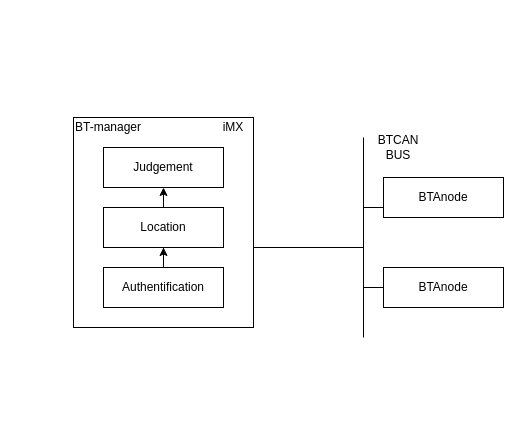
Earlier version of the draw.io diagram BT-manager.drawio (YukioZzz/Notebook). Source tidied: cells renumbered, new cells numbered last; positions are measured from the earlier drawing's top-left corner, leaving out a move shared by most shapes. Both pictures are drawn from the tidied source at 100%, with x=0, y=0 at pixel (73, 117).
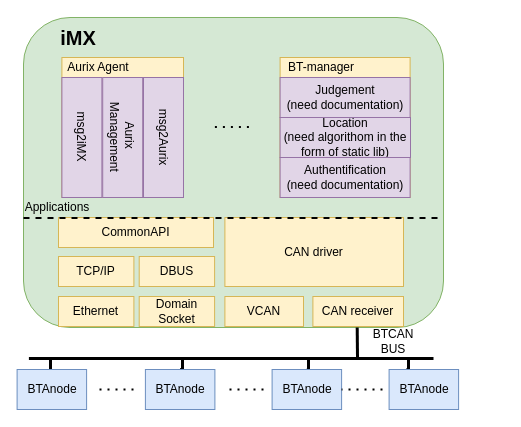
The same diagram, later.

Change to the diagram source:
```diff
@@
+    <mxCell id="17" style="rounded=1;whiteSpace=wrap;html=1;fillColor=#d5e8d4;strokeColor=#82b366;" parent="1" vertex="1">
+      <mxGeometry x="-50" y="-100" width="420" height="310" as="geometry" />
+    </mxCell>
-    <mxCell id="2" style="rounded=0;whiteSpace=wrap;html=1;" parent="1" vertex="1">
-      <mxGeometry width="180" height="210" as="geometry" />
+    <mxCell id="2" style="rounded=0;whiteSpace=wrap;html=1;fillColor=#fff2cc;strokeColor=#d6b656;" parent="1" vertex="1">
+      <mxGeometry x="206.6" y="-60" width="130" height="140" as="geometry" />
     </mxCell>
-    <mxCell id="3" style="edgeStyle=orthogonalEdgeStyle;rounded=0;jettySize=auto;html=1;exitX=0.5;exitY=0;exitDx=0;exitDy=0;entryX=0.5;entryY=1;entryDx=0;entryDy=0;" parent="1" edge="1" source="4" target="15">
-      <mxGeometry relative="1" as="geometry" />
-    </mxCell>
-    <mxCell id="4" value="Location" style="rounded=0;whiteSpace=wrap;html=1;" parent="1" vertex="1">
-      <mxGeometry x="30" y="90" width="120" height="40" as="geometry" />
+    <mxCell id="4" value="Location&lt;br&gt;(need algorithom in the form of static lib)" style="rounded=0;whiteSpace=wrap;html=1;fillColor=#e1d5e7;strokeColor=#9673a6;" parent="1" vertex="1">
+      <mxGeometry x="206.6" width="130.4" height="40" as="geometry" />
     </mxCell>
-    <mxCell id="5" style="edgeStyle=orthogonalEdgeStyle;rounded=0;jettySize=auto;html=1;exitX=0.5;exitY=0;exitDx=0;exitDy=0;" parent="1" edge="1" source="6" target="4">
-      <mxGeometry relative="1" as="geometry" />
-    </mxCell>
-    <mxCell id="6" value="Authentification" style="rounded=0;whiteSpace=wrap;html=1;" parent="1" vertex="1">
-      <mxGeometry x="30" y="150" width="120" height="40" as="geometry" />
+    <mxCell id="6" value="Authentification&lt;br&gt;(need documentation)" style="rounded=0;whiteSpace=wrap;html=1;fillColor=#e1d5e7;strokeColor=#9673a6;" parent="1" vertex="1">
+      <mxGeometry x="206.6" y="40" width="130" height="40" as="geometry" />
     </mxCell>
+    <mxCell id="18" style="edgeStyle=orthogonalEdgeStyle;rounded=0;jettySize=auto;html=1;exitX=0.5;exitY=0;exitDx=0;exitDy=0;endArrow=none;endFill=0;strokeWidth=3;" parent="1" edge="1" source="7">
+      <mxGeometry relative="1" as="geometry">
+        <mxPoint x="-23" y="242" as="targetPoint" />
+      </mxGeometry>
+    </mxCell>
-    <mxCell id="7" value="BTAnode" style="rounded=0;whiteSpace=wrap;html=1;" parent="1" vertex="1">
-      <mxGeometry x="310" y="60" width="120" height="40" as="geometry" />
+    <mxCell id="7" value="BTAnode" style="rounded=0;whiteSpace=wrap;html=1;fillColor=#dae8fc;strokeColor=#6c8ebf;" parent="1" vertex="1">
+      <mxGeometry x="-56.4" y="252" width="69.5" height="40" as="geometry" />
     </mxCell>
-    <mxCell id="8" value="BTAnode" style="rounded=0;whiteSpace=wrap;html=1;" parent="1" vertex="1">
-      <mxGeometry x="310" y="150" width="120" height="40" as="geometry" />
-    </mxCell>
-    <mxCell id="9" style="endArrow=none;html=1;" parent="1" edge="1">
+    <mxCell id="9" style="endArrow=none;html=1;strokeWidth=3;" parent="1" edge="1">
       <mxGeometry relative="1" as="geometry">
-        <mxPoint x="290" y="220" as="sourcePoint" />
-        <mxPoint x="290" y="20" as="targetPoint" />
+        <mxPoint x="284" y="240" as="sourcePoint" />
+        <mxPoint x="283.7" y="210" as="targetPoint" />
       </mxGeometry>
     </mxCell>
-    <mxCell id="10" style="endArrow=none;html=1;" parent="1" edge="1">
-      <mxGeometry relative="1" as="geometry">
-        <mxPoint x="290" y="170" as="sourcePoint" />
-        <mxPoint x="310" y="170" as="targetPoint" />
-      </mxGeometry>
-    </mxCell>
-    <mxCell id="11" style="endArrow=none;html=1;entryX=0;entryY=0.75;entryDx=0;entryDy=0;" parent="1" edge="1" target="7">
+    <mxCell id="11" style="endArrow=none;html=1;strokeWidth=3;" parent="1" edge="1">
       <mxGeometry relative="1" as="geometry">
-        <mxPoint x="290" y="90" as="sourcePoint" />
+        <mxPoint x="-44.6" y="241" as="sourcePoint" />
+        <mxPoint x="360" y="241" as="targetPoint" />
       </mxGeometry>
     </mxCell>
     <mxCell id="12" value="BTCAN BUS" style="text;html=1;strokeColor=none;fillColor=none;align=center;verticalAlign=middle;whiteSpace=wrap;rounded=0;" parent="1" vertex="1">
-      <mxGeometry x="300" y="20" width="50" height="20" as="geometry" />
+      <mxGeometry x="295.4" y="214" width="50" height="20" as="geometry" />
     </mxCell>
-    <mxCell id="13" style="endArrow=none;html=1;" parent="1" edge="1">
-      <mxGeometry relative="1" as="geometry">
-        <mxPoint x="180" y="130" as="sourcePoint" />
-        <mxPoint x="290" y="130" as="targetPoint" />
-      </mxGeometry>
-    </mxCell>
-    <mxCell id="14" value="iMX" style="text;html=1;strokeColor=none;fillColor=none;align=center;verticalAlign=middle;whiteSpace=wrap;rounded=0;" parent="1" vertex="1">
-      <mxGeometry x="140" width="40" height="20" as="geometry" />
+    <mxCell id="14" value="&lt;b style=&quot;font-size: 20px&quot;&gt;&lt;font style=&quot;font-size: 20px&quot;&gt;iMX&lt;/font&gt;&lt;/b&gt;" style="text;html=1;strokeColor=none;fillColor=none;align=center;verticalAlign=middle;whiteSpace=wrap;rounded=0;" parent="1" vertex="1">
+      <mxGeometry x="-15" y="-90" width="40" height="20" as="geometry" />
     </mxCell>
-    <mxCell id="15" value="Judgement" style="rounded=0;whiteSpace=wrap;html=1;" parent="1" vertex="1">
-      <mxGeometry x="30" y="30" width="120" height="40" as="geometry" />
+    <mxCell id="15" value="Judgement&lt;br&gt;(need documentation)" style="rounded=0;whiteSpace=wrap;html=1;fillColor=#e1d5e7;strokeColor=#9673a6;" parent="1" vertex="1">
+      <mxGeometry x="206.6" y="-40" width="130" height="40" as="geometry" />
     </mxCell>
     <mxCell id="16" value="BT-manager" style="text;html=1;strokeColor=none;fillColor=none;align=center;verticalAlign=middle;whiteSpace=wrap;rounded=0;" parent="1" vertex="1">
-      <mxGeometry width="70" height="20" as="geometry" />
+      <mxGeometry x="213.4" y="-60" width="70" height="20" as="geometry" />
     </mxCell>
+    <mxCell id="19" style="endArrow=none;dashed=1;html=1;dashPattern=1 3;strokeWidth=2;" parent="1" edge="1">
+      <mxGeometry relative="1" as="geometry">
+        <mxPoint x="60" y="272" as="sourcePoint" />
+        <mxPoint x="20" y="272" as="targetPoint" />
+      </mxGeometry>
+    </mxCell>
+    <mxCell id="20" value="CAN receiver" style="rounded=0;whiteSpace=wrap;html=1;fillColor=#fff2cc;strokeColor=#d6b656;" parent="1" vertex="1">
+      <mxGeometry x="239.4" y="179" width="90.6" height="30" as="geometry" />
+    </mxCell>
+    <mxCell id="21" value="VCAN" style="rounded=0;whiteSpace=wrap;html=1;fillColor=#fff2cc;strokeColor=#d6b656;" parent="1" vertex="1">
+      <mxGeometry x="151.4" y="179" width="78.6" height="30" as="geometry" />
+    </mxCell>
+    <mxCell id="22" style="rounded=0;whiteSpace=wrap;html=1;fillColor=#fff2cc;strokeColor=#d6b656;" parent="1" vertex="1">
+      <mxGeometry x="-11.6" y="-60" width="121.6" height="140" as="geometry" />
+    </mxCell>
+    <mxCell id="23" value="CAN driver" style="rounded=0;whiteSpace=wrap;html=1;fillColor=#fff2cc;strokeColor=#d6b656;" parent="1" vertex="1">
+      <mxGeometry x="151.4" y="100" width="178.6" height="69" as="geometry" />
+    </mxCell>
+    <mxCell id="24" value="DBUS" style="rounded=0;whiteSpace=wrap;html=1;fillColor=#fff2cc;strokeColor=#d6b656;" parent="1" vertex="1">
+      <mxGeometry x="65.7" y="139" width="75.4" height="30" as="geometry" />
+    </mxCell>
+    <mxCell id="25" value="TCP/IP" style="rounded=0;whiteSpace=wrap;html=1;fillColor=#fff2cc;strokeColor=#d6b656;" parent="1" vertex="1">
+      <mxGeometry x="-15" y="139" width="75.4" height="30" as="geometry" />
+    </mxCell>
+    <mxCell id="26" value="Ethernet" style="rounded=0;whiteSpace=wrap;html=1;fillColor=#fff2cc;strokeColor=#d6b656;" parent="1" vertex="1">
+      <mxGeometry x="-15" y="179" width="75.4" height="30" as="geometry" />
+    </mxCell>
+    <mxCell id="27" value="Domain Socket" style="rounded=0;whiteSpace=wrap;html=1;fillColor=#fff2cc;strokeColor=#d6b656;" parent="1" vertex="1">
+      <mxGeometry x="65.7" y="179" width="75.4" height="30" as="geometry" />
+    </mxCell>
+    <mxCell id="28" value="CommonAPI" style="rounded=0;whiteSpace=wrap;html=1;fillColor=#fff2cc;strokeColor=#d6b656;" parent="1" vertex="1">
+      <mxGeometry x="-15" y="100" width="155" height="30" as="geometry" />
+    </mxCell>
+    <mxCell id="29" style="edgeStyle=orthogonalEdgeStyle;rounded=0;jettySize=auto;html=1;exitX=0.5;exitY=0;exitDx=0;exitDy=0;endArrow=none;endFill=0;strokeWidth=3;" parent="1" edge="1" source="30">
+      <mxGeometry relative="1" as="geometry">
+        <mxPoint x="109" y="242" as="targetPoint" />
+      </mxGeometry>
+    </mxCell>
+    <mxCell id="30" value="BTAnode" style="rounded=0;whiteSpace=wrap;html=1;fillColor=#dae8fc;strokeColor=#6c8ebf;" parent="1" vertex="1">
+      <mxGeometry x="71.9" y="252" width="69.5" height="40" as="geometry" />
+    </mxCell>
+    <mxCell id="31" style="edgeStyle=orthogonalEdgeStyle;rounded=0;jettySize=auto;html=1;exitX=0.5;exitY=0;exitDx=0;exitDy=0;strokeWidth=3;endArrow=none;endFill=0;" parent="1" edge="1" source="32">
+      <mxGeometry relative="1" as="geometry">
+        <mxPoint x="235" y="242" as="targetPoint" />
+      </mxGeometry>
+    </mxCell>
+    <mxCell id="32" value="BTAnode" style="rounded=0;whiteSpace=wrap;html=1;fillColor=#dae8fc;strokeColor=#6c8ebf;" parent="1" vertex="1">
+      <mxGeometry x="198.6" y="252" width="69.5" height="40" as="geometry" />
+    </mxCell>
+    <mxCell id="33" style="endArrow=none;dashed=1;html=1;dashPattern=1 3;strokeWidth=2;" parent="1" edge="1">
+      <mxGeometry relative="1" as="geometry">
+        <mxPoint x="190" y="272" as="sourcePoint" />
+        <mxPoint x="150" y="272" as="targetPoint" />
+      </mxGeometry>
+    </mxCell>
+    <mxCell id="34" style="edgeStyle=orthogonalEdgeStyle;rounded=0;jettySize=auto;html=1;exitX=0.25;exitY=0;exitDx=0;exitDy=0;endArrow=none;endFill=0;strokeWidth=3;" parent="1" edge="1" source="35">
+      <mxGeometry relative="1" as="geometry">
+        <mxPoint x="335" y="242" as="targetPoint" />
+      </mxGeometry>
+    </mxCell>
+    <mxCell id="35" value="BTAnode" style="rounded=0;whiteSpace=wrap;html=1;fillColor=#dae8fc;strokeColor=#6c8ebf;" parent="1" vertex="1">
+      <mxGeometry x="315.6" y="252" width="69.5" height="40" as="geometry" />
+    </mxCell>
+    <mxCell id="36" style="endArrow=none;dashed=1;html=1;dashPattern=1 3;strokeWidth=2;entryX=1;entryY=0.5;entryDx=0;entryDy=0;" parent="1" edge="1" target="32">
+      <mxGeometry relative="1" as="geometry">
+        <mxPoint x="309" y="272" as="sourcePoint" />
+      </mxGeometry>
+    </mxCell>
+    <mxCell id="37" style="endArrow=none;html=1;strokeWidth=2;entryX=1;entryY=0.75;entryDx=0;entryDy=0;exitX=0;exitY=0.75;exitDx=0;exitDy=0;dashed=1;" parent="1" edge="1">
+      <mxGeometry relative="1" as="geometry">
+        <mxPoint x="-50" y="100.5" as="sourcePoint" />
+        <mxPoint x="370" y="100.5" as="targetPoint" />
+      </mxGeometry>
+    </mxCell>
+    <mxCell id="38" value="msg2iMX" style="rounded=0;whiteSpace=wrap;html=1;fillColor=#e1d5e7;strokeColor=#9673a6;direction=east;verticalAlign=middle;horizontal=0;rotation=-180;" parent="1" vertex="1">
+      <mxGeometry x="-11.6" y="-40" width="40" height="120" as="geometry" />
+    </mxCell>
+    <mxCell id="39" value="Aurix&amp;nbsp;&lt;br&gt;Management" style="rounded=0;whiteSpace=wrap;html=1;fillColor=#e1d5e7;strokeColor=#9673a6;direction=east;verticalAlign=middle;horizontal=0;rotation=-180;" parent="1" vertex="1">
+      <mxGeometry x="29.2" y="-40" width="40" height="120" as="geometry" />
+    </mxCell>
+    <mxCell id="40" value="msg2Aurix" style="rounded=0;whiteSpace=wrap;html=1;fillColor=#e1d5e7;strokeColor=#9673a6;direction=east;verticalAlign=middle;horizontal=0;rotation=-180;" parent="1" vertex="1">
+      <mxGeometry x="70" y="-40" width="40" height="120" as="geometry" />
+    </mxCell>
+    <mxCell id="41" value="Aurix Agent" style="text;html=1;strokeColor=none;fillColor=none;align=center;verticalAlign=middle;whiteSpace=wrap;rounded=0;" parent="1" vertex="1">
+      <mxGeometry x="-9.6" y="-60" width="70" height="20" as="geometry" />
+    </mxCell>
+    <mxCell id="42" style="endArrow=none;dashed=1;html=1;dashPattern=1 3;strokeWidth=2;" parent="1" edge="1">
+      <mxGeometry relative="1" as="geometry">
+        <mxPoint x="175.4" y="9.5" as="sourcePoint" />
+        <mxPoint x="135.4" y="9.5" as="targetPoint" />
+      </mxGeometry>
+    </mxCell>
+    <mxCell id="43" value="Applications" style="text;html=1;strokeColor=none;fillColor=none;align=center;verticalAlign=middle;whiteSpace=wrap;rounded=0;fontColor=none;" parent="1" vertex="1">
+      <mxGeometry x="-36" y="80" width="40" height="20" as="geometry" />
+    </mxCell>
```
